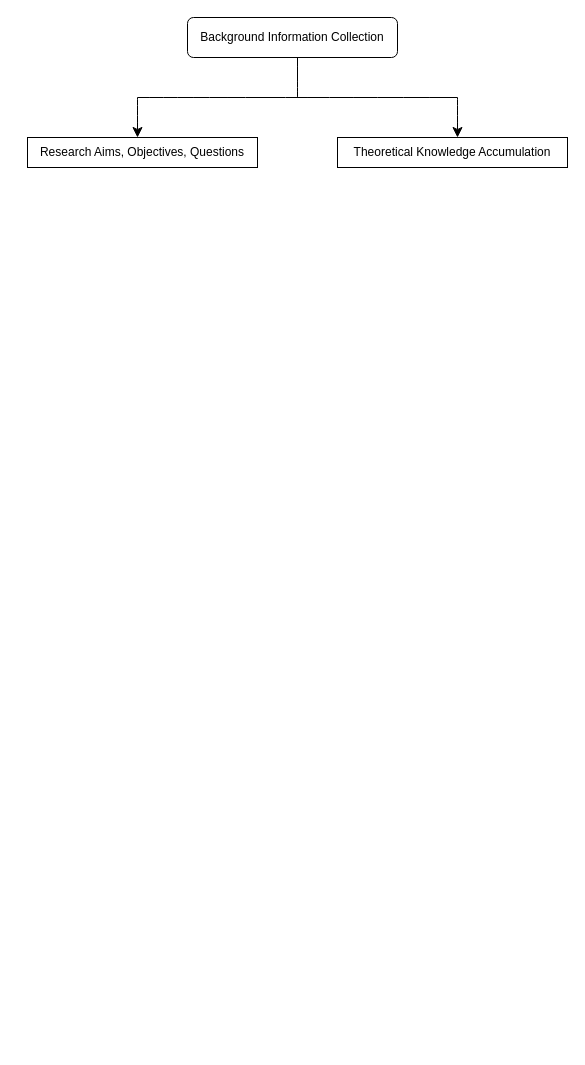
This is Untitled Diagram.drawio from Haru-Tachibana/COPD-Dissertation-Private, a draw.io file, before an edit. Source tidied: cells renumbered, new cells numbered last; positions are measured from the earlier drawing's top-left corner, leaving out a move shared by most shapes. Both pictures are drawn from the tidied source at 100%, with x=0, y=0 at pixel (27, 17).
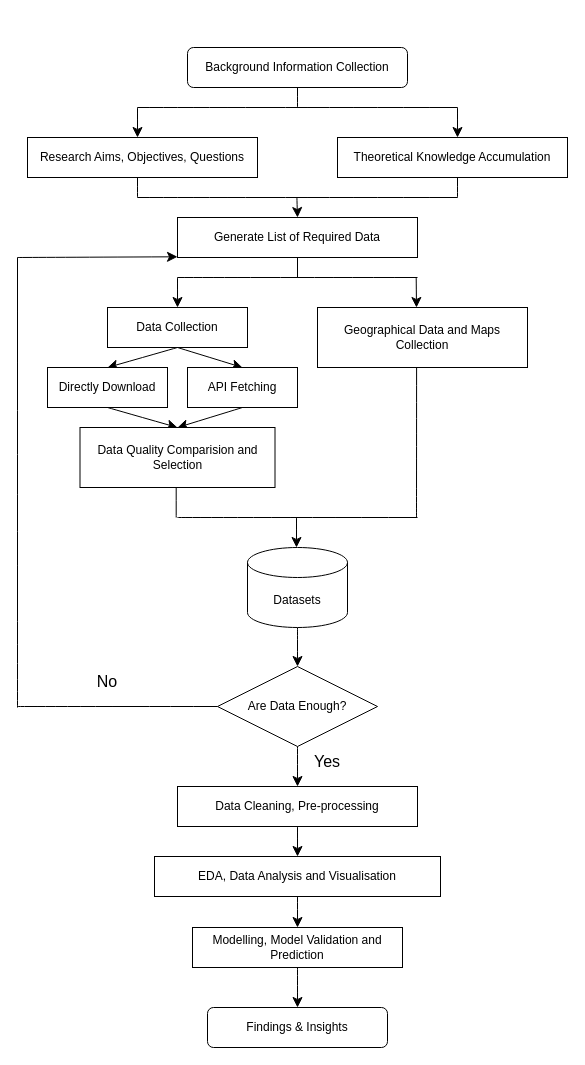
The same page after the edit.

The edit, as a diff of the source:
```diff
@@
     <mxCell id="2" value="Background Information Collection" style="rounded=1;whiteSpace=wrap;html=1;" parent="1" vertex="1">
-      <mxGeometry x="160" width="210" height="40" as="geometry" />
+      <mxGeometry x="160" y="30" width="220" height="40" as="geometry" />
     </mxCell>
@@
     <mxCell id="4" value="Research Aims, Objectives, Questions" style="rounded=0;whiteSpace=wrap;html=1;" parent="1" vertex="1">
-      <mxGeometry y="120" width="230" height="30" as="geometry" />
+      <mxGeometry y="120" width="230" height="40" as="geometry" />
     </mxCell>
     <mxCell id="5" value="Theoretical Knowledge Accumulation" style="rounded=0;whiteSpace=wrap;html=1;" parent="1" vertex="1">
-      <mxGeometry x="310" y="120" width="230" height="30" as="geometry" />
+      <mxGeometry x="310" y="120" width="230" height="40" as="geometry" />
     </mxCell>
     <mxCell id="6" style="endArrow=none;html=1;rounded=0;fontSize=12;startSize=8;endSize=8;curved=1;" parent="1" edge="1">
       <mxGeometry relative="1" as="geometry">
-        <mxPoint x="110" y="80" as="sourcePoint" />
-        <mxPoint x="430" y="80" as="targetPoint" />
+        <mxPoint x="110" y="90" as="sourcePoint" />
+        <mxPoint x="430" y="90" as="targetPoint" />
         <Array as="points">
-          <mxPoint x="205" y="80" />
+          <mxPoint x="205" y="90" />
         </Array>
       </mxGeometry>
     </mxCell>
     <mxCell id="7" style="endArrow=none;html=1;rounded=0;fontSize=12;startSize=8;endSize=8;curved=1;" parent="1" edge="1">
       <mxGeometry relative="1" as="geometry">
-        <mxPoint x="270" y="80" as="sourcePoint" />
-        <mxPoint x="270" y="40" as="targetPoint" />
+        <mxPoint x="270" y="90" as="sourcePoint" />
+        <mxPoint x="270" y="70" as="targetPoint" />
       </mxGeometry>
     </mxCell>
     <mxCell id="8" style="endArrow=classic;html=1;rounded=0;fontSize=12;startSize=8;endSize=8;curved=1;" parent="1" edge="1">
       <mxGeometry relative="1" as="geometry">
-        <mxPoint x="110" y="80" as="sourcePoint" />
+        <mxPoint x="110" y="90" as="sourcePoint" />
         <mxPoint x="110" y="120" as="targetPoint" />
       </mxGeometry>
     </mxCell>
     <mxCell id="9" style="endArrow=classic;html=1;rounded=0;fontSize=12;startSize=8;endSize=8;curved=1;" parent="1" edge="1">
       <mxGeometry relative="1" as="geometry">
-        <mxPoint x="430" y="80" as="sourcePoint" />
+        <mxPoint x="430" y="90" as="sourcePoint" />
         <mxPoint x="430" y="120" as="targetPoint" />
       </mxGeometry>
     </mxCell>
+    <mxCell id="10" value="Generate List of Required Data" style="rounded=0;whiteSpace=wrap;html=1;" parent="1" vertex="1">
+      <mxGeometry x="150" y="200" width="240" height="40" as="geometry" />
+    </mxCell>
+    <mxCell id="11" style="endArrow=none;html=1;rounded=0;fontSize=12;startSize=8;endSize=8;curved=1;" parent="1" edge="1">
+      <mxGeometry relative="1" as="geometry">
+        <mxPoint x="430" y="180" as="sourcePoint" />
+        <mxPoint x="430" y="160" as="targetPoint" />
+      </mxGeometry>
+    </mxCell>
+    <mxCell id="12" style="endArrow=none;html=1;rounded=0;fontSize=12;startSize=8;endSize=8;curved=1;" parent="1" edge="1">
+      <mxGeometry relative="1" as="geometry">
+        <mxPoint x="110" y="180" as="sourcePoint" />
+        <mxPoint x="430" y="180" as="targetPoint" />
+        <Array as="points">
+          <mxPoint x="205" y="180" />
+        </Array>
+      </mxGeometry>
+    </mxCell>
+    <mxCell id="13" style="endArrow=none;html=1;rounded=0;fontSize=12;startSize=8;endSize=8;curved=1;" parent="1" edge="1">
+      <mxGeometry relative="1" as="geometry">
+        <mxPoint x="110" y="180" as="sourcePoint" />
+        <mxPoint x="110" y="160" as="targetPoint" />
+      </mxGeometry>
+    </mxCell>
+    <mxCell id="14" style="endArrow=classic;html=1;rounded=0;fontSize=12;startSize=8;endSize=8;curved=1;entryX=0.5;entryY=0;entryDx=0;entryDy=0;" parent="1" edge="1" target="10">
+      <mxGeometry relative="1" as="geometry">
+        <mxPoint x="269.4" y="180" as="sourcePoint" />
+      </mxGeometry>
+    </mxCell>
+    <mxCell id="15" style="edgeStyle=none;curved=1;rounded=0;jettySize=auto;html=1;exitX=0.5;exitY=1;exitDx=0;exitDy=0;exitPerimeter=0;entryX=0.5;entryY=0;entryDx=0;entryDy=0;fontSize=12;startSize=8;endSize=8;" parent="1" edge="1" source="16" target="35">
+      <mxGeometry relative="1" as="geometry" />
+    </mxCell>
+    <mxCell id="16" value="Datasets" style="shape=cylinder3;whiteSpace=wrap;html=1;boundedLbl=1;backgroundOutline=1;size=15;" parent="1" vertex="1">
+      <mxGeometry x="220" y="530" width="100" height="80" as="geometry" />
+    </mxCell>
+    <mxCell id="17" value="Geographical Data and Maps Collection" style="rounded=0;whiteSpace=wrap;html=1;" parent="1" vertex="1">
+      <mxGeometry x="290" y="290" width="210" height="60" as="geometry" />
+    </mxCell>
+    <mxCell id="18" style="endArrow=none;html=1;rounded=0;fontSize=12;startSize=8;endSize=8;curved=1;" parent="1" edge="1">
+      <mxGeometry relative="1" as="geometry">
+        <mxPoint x="150" y="260" as="sourcePoint" />
+        <mxPoint x="390" y="260" as="targetPoint" />
+        <Array as="points">
+          <mxPoint x="205" y="260" />
+        </Array>
+      </mxGeometry>
+    </mxCell>
+    <mxCell id="19" style="endArrow=classic;html=1;rounded=0;fontSize=12;startSize=8;endSize=8;curved=1;" parent="1" edge="1">
+      <mxGeometry relative="1" as="geometry">
+        <mxPoint x="388.7" y="260" as="sourcePoint" />
+        <mxPoint x="389" y="290" as="targetPoint" />
+      </mxGeometry>
+    </mxCell>
+    <mxCell id="20" style="endArrow=classic;html=1;rounded=0;fontSize=12;startSize=8;endSize=8;curved=1;" parent="1" edge="1">
+      <mxGeometry relative="1" as="geometry">
+        <mxPoint x="150" y="260" as="sourcePoint" />
+        <mxPoint x="150" y="290" as="targetPoint" />
+      </mxGeometry>
+    </mxCell>
+    <mxCell id="21" style="edgeStyle=none;curved=1;rounded=0;jettySize=auto;html=1;exitX=0.5;exitY=1;exitDx=0;exitDy=0;entryX=0.5;entryY=0;entryDx=0;entryDy=0;fontSize=12;startSize=8;endSize=8;" parent="1" edge="1" source="23" target="25">
+      <mxGeometry relative="1" as="geometry" />
+    </mxCell>
+    <mxCell id="22" style="edgeStyle=none;curved=1;rounded=0;jettySize=auto;html=1;exitX=0.5;exitY=1;exitDx=0;exitDy=0;entryX=0.5;entryY=0;entryDx=0;entryDy=0;fontSize=12;startSize=8;endSize=8;" parent="1" edge="1" source="23" target="27">
+      <mxGeometry relative="1" as="geometry" />
+    </mxCell>
+    <mxCell id="23" value="Data Collection" style="rounded=0;whiteSpace=wrap;html=1;" parent="1" vertex="1">
+      <mxGeometry x="80" y="290" width="140" height="40" as="geometry" />
+    </mxCell>
+    <mxCell id="24" style="edgeStyle=none;curved=1;rounded=0;jettySize=auto;html=1;exitX=0.5;exitY=1;exitDx=0;exitDy=0;entryX=0.5;entryY=0;entryDx=0;entryDy=0;fontSize=12;startSize=8;endSize=8;" parent="1" edge="1" source="25" target="31">
+      <mxGeometry relative="1" as="geometry" />
+    </mxCell>
+    <mxCell id="25" value="Directly Download" style="rounded=0;whiteSpace=wrap;html=1;" parent="1" vertex="1">
+      <mxGeometry x="20" y="350" width="120" height="40" as="geometry" />
+    </mxCell>
+    <mxCell id="26" style="edgeStyle=none;curved=1;rounded=0;jettySize=auto;html=1;exitX=0.5;exitY=1;exitDx=0;exitDy=0;fontSize=12;startSize=8;endSize=8;entryX=0.5;entryY=0;entryDx=0;entryDy=0;" parent="1" edge="1" source="27" target="31">
+      <mxGeometry relative="1" as="geometry" />
+    </mxCell>
+    <mxCell id="27" value="API Fetching" style="rounded=0;whiteSpace=wrap;html=1;" parent="1" vertex="1">
+      <mxGeometry x="160" y="350" width="110" height="40" as="geometry" />
+    </mxCell>
+    <mxCell id="28" style="endArrow=none;html=1;rounded=0;fontSize=12;startSize=8;endSize=8;curved=1;" parent="1" edge="1">
+      <mxGeometry relative="1" as="geometry">
+        <mxPoint x="389" y="500" as="sourcePoint" />
+        <mxPoint x="389.1" y="350" as="targetPoint" />
+      </mxGeometry>
+    </mxCell>
+    <mxCell id="29" style="endArrow=none;html=1;rounded=0;fontSize=12;startSize=8;endSize=8;curved=1;" parent="1" edge="1">
+      <mxGeometry relative="1" as="geometry">
+        <mxPoint x="150" y="500" as="sourcePoint" />
+        <mxPoint x="390" y="500" as="targetPoint" />
+      </mxGeometry>
+    </mxCell>
+    <mxCell id="30" style="endArrow=classic;html=1;rounded=0;fontSize=12;startSize=8;endSize=8;curved=1;" parent="1" edge="1">
+      <mxGeometry relative="1" as="geometry">
+        <mxPoint x="269" y="500" as="sourcePoint" />
+        <mxPoint x="269" y="530" as="targetPoint" />
+      </mxGeometry>
+    </mxCell>
+    <mxCell id="31" value="Data Quality Comparision and Selection" style="rounded=0;whiteSpace=wrap;html=1;" parent="1" vertex="1">
+      <mxGeometry x="52.5" y="410" width="195" height="60" as="geometry" />
+    </mxCell>
+    <mxCell id="32" style="edgeStyle=none;curved=1;rounded=0;orthogonalLoop=1;jettySize=auto;html=1;exitX=0.5;exitY=1;exitDx=0;exitDy=0;exitPerimeter=0;fontSize=12;startSize=8;endSize=8;" parent="1" edge="1" source="16" target="16">
+      <mxGeometry relative="1" as="geometry" />
+    </mxCell>
+    <mxCell id="33" style="endArrow=none;html=1;rounded=0;fontSize=12;startSize=8;endSize=8;curved=1;" parent="1" edge="1">
+      <mxGeometry relative="1" as="geometry">
+        <mxPoint x="148.7" y="500" as="sourcePoint" />
+        <mxPoint x="148.7" y="470" as="targetPoint" />
+      </mxGeometry>
+    </mxCell>
+    <mxCell id="34" style="edgeStyle=none;curved=1;rounded=0;jettySize=auto;html=1;exitX=0.5;exitY=1;exitDx=0;exitDy=0;fontSize=12;startSize=8;endSize=8;" parent="1" edge="1" source="35" target="42">
+      <mxGeometry relative="1" as="geometry" />
+    </mxCell>
+    <mxCell id="35" value="Are Data Enough?" style="rhombus;whiteSpace=wrap;html=1;" parent="1" vertex="1">
+      <mxGeometry x="190" y="649" width="160" height="80" as="geometry" />
+    </mxCell>
+    <mxCell id="36" style="endArrow=none;html=1;rounded=0;fontSize=12;startSize=8;endSize=8;curved=1;entryX=0;entryY=0.5;entryDx=0;entryDy=0;" parent="1" edge="1" target="35">
+      <mxGeometry relative="1" as="geometry">
+        <mxPoint x="-10" y="689" as="sourcePoint" />
+      </mxGeometry>
+    </mxCell>
+    <mxCell id="37" style="endArrow=none;html=1;rounded=0;fontSize=12;startSize=8;endSize=8;curved=1;exitX=0.5;exitY=1;exitDx=0;exitDy=0;" parent="1" edge="1" source="10">
+      <mxGeometry relative="1" as="geometry">
+        <mxPoint x="270" y="260" as="targetPoint" />
+        <Array as="points">
+          <mxPoint x="270" y="250" />
+        </Array>
+      </mxGeometry>
+    </mxCell>
+    <mxCell id="38" style="endArrow=classic;html=1;rounded=0;fontSize=12;startSize=8;endSize=8;curved=1;" parent="1" edge="1">
+      <mxGeometry relative="1" as="geometry">
+        <mxPoint x="-10" y="240" as="sourcePoint" />
+        <mxPoint x="150" y="239.3" as="targetPoint" />
+      </mxGeometry>
+    </mxCell>
+    <mxCell id="39" style="endArrow=none;html=1;rounded=0;fontSize=12;startSize=8;endSize=8;curved=1;" parent="1" edge="1">
+      <mxGeometry relative="1" as="geometry">
+        <mxPoint x="-10" y="690" as="sourcePoint" />
+        <mxPoint x="-10" y="240" as="targetPoint" />
+      </mxGeometry>
+    </mxCell>
+    <mxCell id="40" value="No" style="text;html=1;align=center;verticalAlign=middle;whiteSpace=wrap;rounded=0;fontSize=16;" parent="1" vertex="1">
+      <mxGeometry x="50" y="649" width="60" height="30" as="geometry" />
+    </mxCell>
+    <mxCell id="41" style="edgeStyle=none;curved=1;rounded=0;jettySize=auto;html=1;exitX=0.5;exitY=1;exitDx=0;exitDy=0;entryX=0.5;entryY=0;entryDx=0;entryDy=0;fontSize=12;startSize=8;endSize=8;" parent="1" edge="1" source="42" target="45">
+      <mxGeometry relative="1" as="geometry" />
+    </mxCell>
+    <mxCell id="42" value="Data Cleaning, Pre-processing" style="rounded=0;whiteSpace=wrap;html=1;" parent="1" vertex="1">
+      <mxGeometry x="150" y="769" width="240" height="40" as="geometry" />
+    </mxCell>
+    <mxCell id="43" value="Yes" style="text;html=1;align=center;verticalAlign=middle;whiteSpace=wrap;rounded=0;fontSize=16;" parent="1" vertex="1">
+      <mxGeometry x="270" y="729" width="60" height="30" as="geometry" />
+    </mxCell>
+    <mxCell id="44" style="edgeStyle=none;curved=1;rounded=0;jettySize=auto;html=1;exitX=0.5;exitY=1;exitDx=0;exitDy=0;entryX=0.5;entryY=0;entryDx=0;entryDy=0;fontSize=12;startSize=8;endSize=8;" parent="1" edge="1" source="45" target="47">
+      <mxGeometry relative="1" as="geometry" />
+    </mxCell>
+    <mxCell id="45" value="EDA, Data Analysis and Visualisation" style="rounded=0;whiteSpace=wrap;html=1;" parent="1" vertex="1">
+      <mxGeometry x="127" y="839" width="286" height="40" as="geometry" />
+    </mxCell>
+    <mxCell id="46" style="edgeStyle=none;curved=1;rounded=0;jettySize=auto;html=1;exitX=0.5;exitY=1;exitDx=0;exitDy=0;entryX=0.5;entryY=0;entryDx=0;entryDy=0;fontSize=12;startSize=8;endSize=8;" parent="1" edge="1" source="47" target="48">
+      <mxGeometry relative="1" as="geometry" />
+    </mxCell>
+    <mxCell id="47" value="Modelling, Model Validation and Prediction" style="rounded=0;whiteSpace=wrap;html=1;" parent="1" vertex="1">
+      <mxGeometry x="165" y="910" width="210" height="40" as="geometry" />
+    </mxCell>
+    <mxCell id="48" value="Findings &amp;amp; Insights" style="rounded=1;whiteSpace=wrap;html=1;" parent="1" vertex="1">
+      <mxGeometry x="180" y="990" width="180" height="40" as="geometry" />
+    </mxCell>
```
